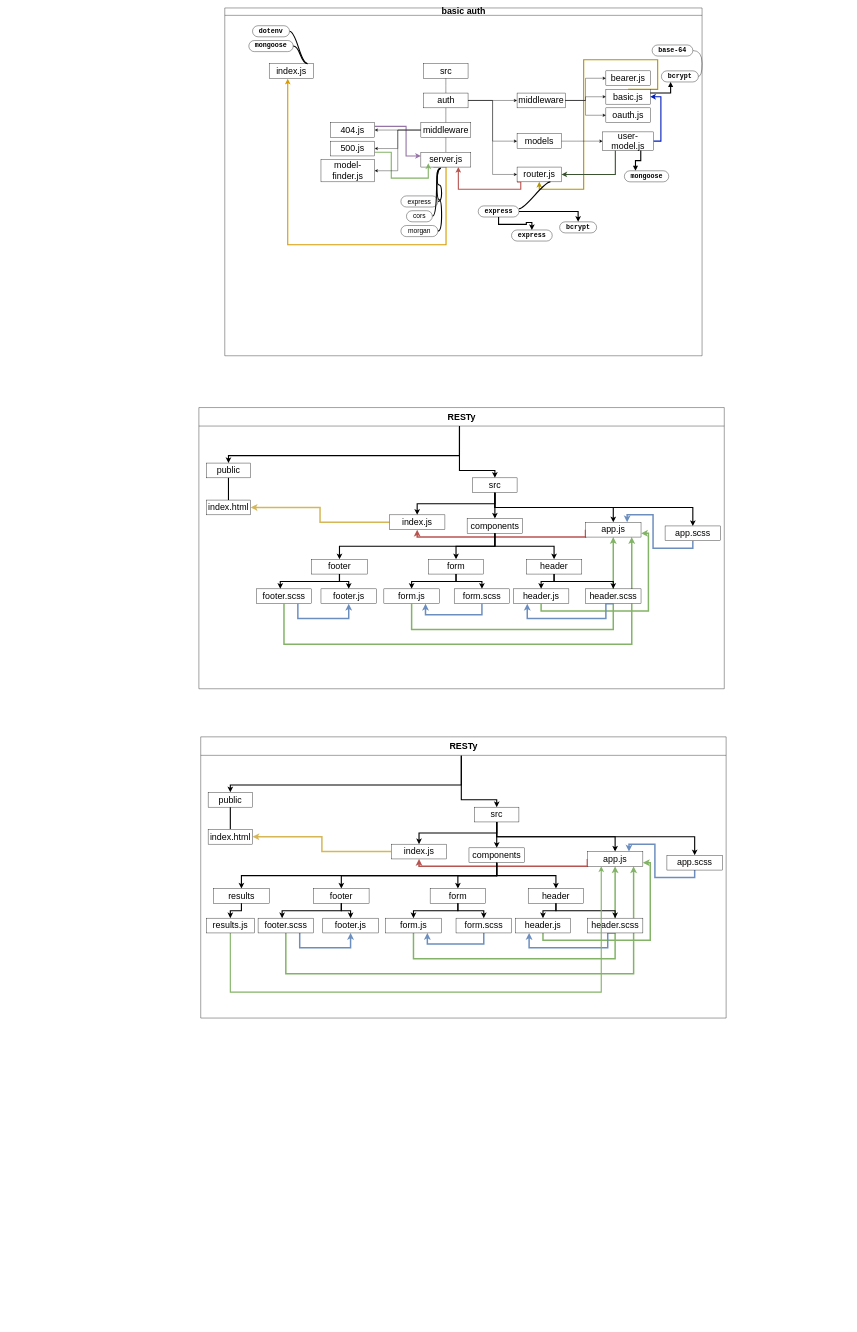
shadykh/uml keeps this draw.io diagram as page "Page-1" (1 of 12) of Untitled Diagram.drawio. Above is the earlier version. Source tidied: cells renumbered, new cells numbered last; positions are measured from the earlier drawing's top-left corner, leaving out a move shared by most shapes. Both pictures are drawn from the tidied source at 37%, with x=0, y=0 at pixel (199, 8).
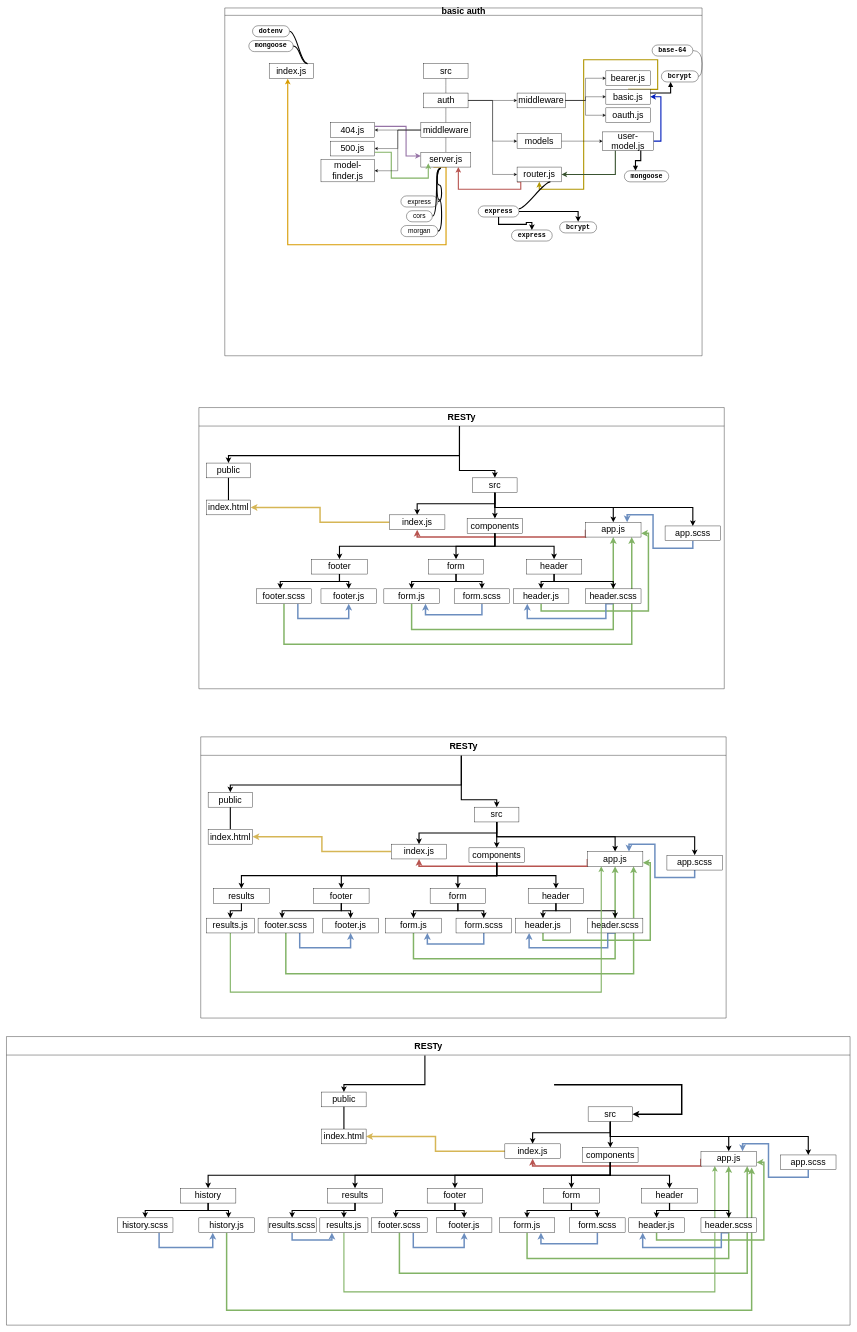
After the change.

Diff of the diagram source:
```diff
@@
+    <mxCell id="149" value="&lt;span style=&quot;font-size: 24px&quot;&gt;RESTy&lt;/span&gt;" style="swimlane;html=1;startSize=50;horizontal=1;containerType=tree;" parent="1" vertex="1">
+      <mxGeometry x="-520" y="2780" width="2280" height="780" as="geometry" />
+    </mxCell>
+    <mxCell id="150" style="edgeStyle=orthogonalEdgeStyle;rounded=0;jettySize=auto;html=1;exitX=0.913;exitY=1.1;exitDx=0;exitDy=0;entryX=0.5;entryY=1;entryDx=0;entryDy=0;startArrow=classic;startFill=1;endArrow=none;endFill=0;strokeWidth=4;exitPerimeter=0;fillColor=#d5e8d4;strokeColor=#82b366;" parent="149" edge="1" source="161" target="202">
+      <mxGeometry relative="1" as="geometry">
+        <Array as="points">
+          <mxPoint x="2014" y="740" />
+          <mxPoint x="595" y="740" />
+        </Array>
+      </mxGeometry>
+    </mxCell>
+    <mxCell id="151" style="edgeStyle=orthogonalEdgeStyle;rounded=0;jettySize=auto;html=1;exitX=0.5;exitY=1;exitDx=0;exitDy=0;entryX=0.25;entryY=1;entryDx=0;entryDy=0;startArrow=none;startFill=0;endArrow=classic;endFill=1;fillColor=#d5e8d4;strokeColor=#82b366;strokeWidth=3;" parent="149" edge="1" source="195" target="161">
+      <mxGeometry relative="1" as="geometry">
+        <Array as="points">
+          <mxPoint x="912" y="690" />
+          <mxPoint x="1915" y="690" />
+        </Array>
+      </mxGeometry>
+    </mxCell>
+    <mxCell id="152" style="edgeStyle=orthogonalEdgeStyle;rounded=0;jettySize=auto;html=1;exitX=0.5;exitY=1;exitDx=0;exitDy=0;startArrow=none;startFill=0;endArrow=classic;endFill=1;strokeWidth=4;fillColor=#d5e8d4;strokeColor=#82b366;entryX=0.833;entryY=1;entryDx=0;entryDy=0;entryPerimeter=0;" parent="149" edge="1" source="186" target="161">
+      <mxGeometry relative="1" as="geometry">
+        <Array as="points">
+          <mxPoint x="1062" y="640" />
+          <mxPoint x="2002" y="640" />
+        </Array>
+      </mxGeometry>
+    </mxCell>
+    <mxCell id="153" style="edgeStyle=orthogonalEdgeStyle;rounded=0;jettySize=auto;html=1;exitX=0.5;exitY=1;exitDx=0;exitDy=0;startArrow=none;startFill=0;endArrow=classic;endFill=1;strokeWidth=4;fillColor=#d5e8d4;strokeColor=#82b366;entryX=0.5;entryY=1;entryDx=0;entryDy=0;" parent="149" edge="1" source="181" target="161">
+      <mxGeometry relative="1" as="geometry">
+        <Array as="points">
+          <mxPoint x="1407" y="600" />
+          <mxPoint x="1952" y="600" />
+        </Array>
+      </mxGeometry>
+    </mxCell>
+    <mxCell id="154" style="edgeStyle=orthogonalEdgeStyle;rounded=0;jettySize=auto;html=1;exitX=0.5;exitY=0;exitDx=0;exitDy=0;entryX=0.496;entryY=0.066;entryDx=0;entryDy=0;entryPerimeter=0;startArrow=classic;startFill=1;endArrow=none;endFill=0;strokeWidth=3;" parent="149" edge="1" source="155" target="149">
+      <mxGeometry relative="1" as="geometry" />
+    </mxCell>
+    <mxCell id="155" value="&lt;font style=&quot;font-size: 24px&quot;&gt;public&lt;/font&gt;" style="whiteSpace=wrap;html=1;newEdgeStyle={&quot;edgeStyle&quot;:&quot;elbowEdgeStyle&quot;,&quot;startArrow&quot;:&quot;none&quot;,&quot;endArrow&quot;:&quot;none&quot;};" parent="149" vertex="1">
+      <mxGeometry x="852" y="150" width="120" height="40" as="geometry" />
+    </mxCell>
+    <mxCell id="156" value="&lt;span style=&quot;font-size: 24px&quot;&gt;src&lt;/span&gt;" style="whiteSpace=wrap;html=1;newEdgeStyle={&quot;edgeStyle&quot;:&quot;elbowEdgeStyle&quot;,&quot;startArrow&quot;:&quot;none&quot;,&quot;endArrow&quot;:&quot;none&quot;};" parent="149" vertex="1">
+      <mxGeometry x="1572" y="190" width="120" height="40" as="geometry" />
+    </mxCell>
+    <mxCell id="157" style="edgeStyle=elbowEdgeStyle;rounded=0;jettySize=auto;html=1;elbow=vertical;startArrow=none;endArrow=classic;strokeWidth=3;endFill=1;" parent="149" edge="1" source="156" target="158">
+      <mxGeometry relative="1" as="geometry" />
+    </mxCell>
+    <mxCell id="158" value="&lt;span style=&quot;font-size: 24px&quot;&gt;components&lt;/span&gt;" style="whiteSpace=wrap;html=1;newEdgeStyle={&quot;edgeStyle&quot;:&quot;elbowEdgeStyle&quot;,&quot;startArrow&quot;:&quot;none&quot;,&quot;endArrow&quot;:&quot;none&quot;};" parent="149" vertex="1">
+      <mxGeometry x="1557" y="300" width="150" height="40" as="geometry" />
+    </mxCell>
+    <mxCell id="159" style="edgeStyle=elbowEdgeStyle;rounded=0;jettySize=auto;html=1;elbow=vertical;startArrow=none;endArrow=classic;strokeWidth=3;endFill=1;" parent="149" edge="1" source="156" target="161">
+      <mxGeometry relative="1" as="geometry" />
+    </mxCell>
+    <mxCell id="160" style="edgeStyle=orthogonalEdgeStyle;rounded=0;jettySize=auto;html=1;exitX=0;exitY=0.5;exitDx=0;exitDy=0;entryX=0.5;entryY=1;entryDx=0;entryDy=0;startArrow=none;startFill=0;endArrow=classic;endFill=1;strokeWidth=4;fillColor=#f8cecc;strokeColor=#b85450;" parent="149" edge="1" source="161" target="164">
+      <mxGeometry relative="1" as="geometry">
+        <Array as="points">
+          <mxPoint x="1877" y="350" />
+          <mxPoint x="1422" y="350" />
+        </Array>
+      </mxGeometry>
+    </mxCell>
+    <mxCell id="161" value="&lt;span style=&quot;font-size: 24px&quot;&gt;app.js&lt;/span&gt;" style="whiteSpace=wrap;html=1;newEdgeStyle={&quot;edgeStyle&quot;:&quot;elbowEdgeStyle&quot;,&quot;startArrow&quot;:&quot;none&quot;,&quot;endArrow&quot;:&quot;none&quot;};" parent="149" vertex="1">
+      <mxGeometry x="1877" y="310" width="150" height="40" as="geometry" />
+    </mxCell>
+    <mxCell id="162" style="edgeStyle=elbowEdgeStyle;rounded=0;jettySize=auto;html=1;elbow=vertical;startArrow=none;endArrow=classic;strokeWidth=3;endFill=1;" parent="149" edge="1" source="156" target="164">
+      <mxGeometry relative="1" as="geometry" />
+    </mxCell>
+    <mxCell id="163" style="edgeStyle=orthogonalEdgeStyle;rounded=0;jettySize=auto;html=1;exitX=0;exitY=0.5;exitDx=0;exitDy=0;entryX=1;entryY=0.5;entryDx=0;entryDy=0;startArrow=none;startFill=0;endArrow=classic;endFill=1;strokeWidth=4;fillColor=#fff2cc;strokeColor=#d6b656;" parent="149" edge="1" source="164" target="188">
+      <mxGeometry relative="1" as="geometry" />
+    </mxCell>
+    <mxCell id="164" value="&lt;span style=&quot;font-size: 24px&quot;&gt;index.js&lt;/span&gt;" style="whiteSpace=wrap;html=1;newEdgeStyle={&quot;edgeStyle&quot;:&quot;elbowEdgeStyle&quot;,&quot;startArrow&quot;:&quot;none&quot;,&quot;endArrow&quot;:&quot;none&quot;};" parent="149" vertex="1">
+      <mxGeometry x="1347" y="290" width="150" height="40" as="geometry" />
+    </mxCell>
+    <mxCell id="165" style="edgeStyle=elbowEdgeStyle;rounded=0;jettySize=auto;html=1;elbow=vertical;startArrow=none;endArrow=classic;strokeWidth=3;endFill=1;" parent="149" edge="1" source="158" target="166">
+      <mxGeometry relative="1" as="geometry" />
+    </mxCell>
+    <mxCell id="166" value="&lt;span style=&quot;font-size: 24px&quot;&gt;form&lt;/span&gt;" style="whiteSpace=wrap;html=1;newEdgeStyle={&quot;edgeStyle&quot;:&quot;elbowEdgeStyle&quot;,&quot;startArrow&quot;:&quot;none&quot;,&quot;endArrow&quot;:&quot;none&quot;};" parent="149" vertex="1">
+      <mxGeometry x="1452" y="410" width="150" height="40" as="geometry" />
+    </mxCell>
+    <mxCell id="167" style="edgeStyle=elbowEdgeStyle;rounded=0;jettySize=auto;html=1;elbow=vertical;startArrow=none;endArrow=classic;strokeWidth=3;endFill=1;" parent="149" edge="1" source="158" target="168">
+      <mxGeometry relative="1" as="geometry" />
+    </mxCell>
+    <mxCell id="168" value="&lt;span style=&quot;font-size: 24px&quot;&gt;header&lt;/span&gt;" style="whiteSpace=wrap;html=1;newEdgeStyle={&quot;edgeStyle&quot;:&quot;elbowEdgeStyle&quot;,&quot;startArrow&quot;:&quot;none&quot;,&quot;endArrow&quot;:&quot;none&quot;};" parent="149" vertex="1">
+      <mxGeometry x="1717" y="410" width="150" height="40" as="geometry" />
+    </mxCell>
+    <mxCell id="169" style="edgeStyle=elbowEdgeStyle;rounded=0;jettySize=auto;html=1;elbow=vertical;startArrow=none;endArrow=classic;strokeWidth=3;endFill=1;" parent="149" edge="1" source="158" target="170">
+      <mxGeometry relative="1" as="geometry" />
+    </mxCell>
+    <mxCell id="170" value="&lt;span style=&quot;font-size: 24px&quot;&gt;footer&lt;/span&gt;" style="whiteSpace=wrap;html=1;newEdgeStyle={&quot;edgeStyle&quot;:&quot;elbowEdgeStyle&quot;,&quot;startArrow&quot;:&quot;none&quot;,&quot;endArrow&quot;:&quot;none&quot;};" parent="149" vertex="1">
+      <mxGeometry x="1137" y="410" width="150" height="40" as="geometry" />
+    </mxCell>
+    <mxCell id="171" style="edgeStyle=elbowEdgeStyle;rounded=0;jettySize=auto;html=1;elbow=vertical;startArrow=none;endArrow=classic;strokeWidth=3;endFill=1;" parent="149" edge="1" source="168" target="173">
+      <mxGeometry relative="1" as="geometry" />
+    </mxCell>
+    <mxCell id="172" style="edgeStyle=orthogonalEdgeStyle;rounded=0;jettySize=auto;html=1;exitX=0.5;exitY=1;exitDx=0;exitDy=0;startArrow=none;startFill=0;endArrow=classic;endFill=1;strokeWidth=4;fillColor=#d5e8d4;strokeColor=#82b366;entryX=1;entryY=0.75;entryDx=0;entryDy=0;" parent="149" edge="1" source="173" target="161">
+      <mxGeometry relative="1" as="geometry" />
+    </mxCell>
+    <mxCell id="173" value="&lt;span style=&quot;font-size: 24px&quot;&gt;header.js&lt;/span&gt;" style="whiteSpace=wrap;html=1;newEdgeStyle={&quot;edgeStyle&quot;:&quot;elbowEdgeStyle&quot;,&quot;startArrow&quot;:&quot;none&quot;,&quot;endArrow&quot;:&quot;none&quot;};" parent="149" vertex="1">
+      <mxGeometry x="1682" y="490" width="150" height="40" as="geometry" />
+    </mxCell>
+    <mxCell id="174" style="edgeStyle=elbowEdgeStyle;rounded=0;jettySize=auto;html=1;elbow=vertical;startArrow=none;endArrow=classic;strokeWidth=3;endFill=1;" parent="149" edge="1" source="168" target="176">
+      <mxGeometry relative="1" as="geometry" />
+    </mxCell>
+    <mxCell id="175" style="edgeStyle=orthogonalEdgeStyle;rounded=0;jettySize=auto;html=1;exitX=0.5;exitY=1;exitDx=0;exitDy=0;entryX=0.25;entryY=1;entryDx=0;entryDy=0;startArrow=none;startFill=0;endArrow=classic;endFill=1;strokeWidth=4;fillColor=#dae8fc;strokeColor=#6c8ebf;" parent="149" edge="1" source="176" target="173">
+      <mxGeometry relative="1" as="geometry">
+        <Array as="points">
+          <mxPoint x="1932" y="530" />
+          <mxPoint x="1932" y="570" />
+          <mxPoint x="1720" y="570" />
+        </Array>
+      </mxGeometry>
+    </mxCell>
+    <mxCell id="176" value="&lt;span style=&quot;font-size: 24px&quot;&gt;header.scss&lt;/span&gt;" style="whiteSpace=wrap;html=1;newEdgeStyle={&quot;edgeStyle&quot;:&quot;elbowEdgeStyle&quot;,&quot;startArrow&quot;:&quot;none&quot;,&quot;endArrow&quot;:&quot;none&quot;};" parent="149" vertex="1">
+      <mxGeometry x="1877" y="490" width="150" height="40" as="geometry" />
+    </mxCell>
+    <mxCell id="177" style="edgeStyle=elbowEdgeStyle;rounded=0;jettySize=auto;html=1;elbow=vertical;startArrow=none;endArrow=classic;strokeWidth=3;endFill=1;" parent="149" edge="1" source="166" target="179">
+      <mxGeometry relative="1" as="geometry" />
+    </mxCell>
+    <mxCell id="178" style="edgeStyle=orthogonalEdgeStyle;rounded=0;jettySize=auto;html=1;exitX=0.5;exitY=1;exitDx=0;exitDy=0;entryX=0.75;entryY=1;entryDx=0;entryDy=0;startArrow=none;startFill=0;endArrow=classic;endFill=1;strokeWidth=4;fillColor=#dae8fc;strokeColor=#6c8ebf;" parent="149" edge="1" source="179" target="181">
+      <mxGeometry relative="1" as="geometry">
+        <Array as="points">
+          <mxPoint x="1597" y="560" />
+          <mxPoint x="1445" y="560" />
+        </Array>
+      </mxGeometry>
+    </mxCell>
+    <mxCell id="179" value="&lt;span style=&quot;font-size: 24px&quot;&gt;form.scss&lt;/span&gt;" style="whiteSpace=wrap;html=1;newEdgeStyle={&quot;edgeStyle&quot;:&quot;elbowEdgeStyle&quot;,&quot;startArrow&quot;:&quot;none&quot;,&quot;endArrow&quot;:&quot;none&quot;};" parent="149" vertex="1">
+      <mxGeometry x="1522" y="490" width="150" height="40" as="geometry" />
+    </mxCell>
+    <mxCell id="180" style="edgeStyle=elbowEdgeStyle;rounded=0;jettySize=auto;html=1;elbow=vertical;startArrow=none;endArrow=classic;strokeWidth=3;endFill=1;" parent="149" edge="1" source="166" target="181">
+      <mxGeometry relative="1" as="geometry" />
+    </mxCell>
+    <mxCell id="181" value="&lt;span style=&quot;font-size: 24px&quot;&gt;form.js&lt;/span&gt;" style="whiteSpace=wrap;html=1;newEdgeStyle={&quot;edgeStyle&quot;:&quot;elbowEdgeStyle&quot;,&quot;startArrow&quot;:&quot;none&quot;,&quot;endArrow&quot;:&quot;none&quot;};" parent="149" vertex="1">
+      <mxGeometry x="1332" y="490" width="150" height="40" as="geometry" />
+    </mxCell>
+    <mxCell id="182" style="edgeStyle=elbowEdgeStyle;rounded=0;jettySize=auto;html=1;elbow=vertical;startArrow=none;endArrow=classic;strokeWidth=3;endFill=1;" parent="149" edge="1" source="170" target="184">
+      <mxGeometry relative="1" as="geometry" />
+    </mxCell>
+    <mxCell id="183" style="edgeStyle=orthogonalEdgeStyle;rounded=0;jettySize=auto;html=1;exitX=0.5;exitY=1;exitDx=0;exitDy=0;entryX=0.75;entryY=1;entryDx=0;entryDy=0;startArrow=classic;startFill=1;endArrow=none;endFill=0;strokeWidth=4;fillColor=#dae8fc;strokeColor=#6c8ebf;" parent="149" edge="1" source="184" target="186">
+      <mxGeometry relative="1" as="geometry">
+        <Array as="points">
+          <mxPoint x="1237" y="570" />
+          <mxPoint x="1100" y="570" />
+        </Array>
+      </mxGeometry>
+    </mxCell>
+    <mxCell id="184" value="&lt;span style=&quot;font-size: 24px&quot;&gt;footer.js&lt;/span&gt;" style="whiteSpace=wrap;html=1;newEdgeStyle={&quot;edgeStyle&quot;:&quot;elbowEdgeStyle&quot;,&quot;startArrow&quot;:&quot;none&quot;,&quot;endArrow&quot;:&quot;none&quot;};" parent="149" vertex="1">
+      <mxGeometry x="1162" y="490" width="150" height="40" as="geometry" />
+    </mxCell>
+    <mxCell id="185" style="edgeStyle=elbowEdgeStyle;rounded=0;jettySize=auto;html=1;elbow=vertical;startArrow=none;endArrow=classic;strokeWidth=3;endFill=1;" parent="149" edge="1" source="170">
+      <mxGeometry relative="1" as="geometry">
+        <mxPoint x="1052" y="490" as="targetPoint" />
+      </mxGeometry>
+    </mxCell>
+    <mxCell id="186" value="&lt;span style=&quot;font-size: 24px&quot;&gt;footer.scss&lt;/span&gt;" style="whiteSpace=wrap;html=1;newEdgeStyle={&quot;edgeStyle&quot;:&quot;elbowEdgeStyle&quot;,&quot;startArrow&quot;:&quot;none&quot;,&quot;endArrow&quot;:&quot;none&quot;};" parent="149" vertex="1">
+      <mxGeometry x="987" y="490" width="150" height="40" as="geometry" />
+    </mxCell>
+    <mxCell id="187" style="edgeStyle=elbowEdgeStyle;rounded=0;jettySize=auto;html=1;elbow=vertical;startArrow=none;endArrow=none;strokeWidth=3;" parent="149" edge="1" source="155" target="188">
+      <mxGeometry relative="1" as="geometry" />
+    </mxCell>
+    <mxCell id="188" value="&lt;font style=&quot;font-size: 24px&quot;&gt;index.html&lt;/font&gt;" style="whiteSpace=wrap;html=1;newEdgeStyle={&quot;edgeStyle&quot;:&quot;elbowEdgeStyle&quot;,&quot;startArrow&quot;:&quot;none&quot;,&quot;endArrow&quot;:&quot;none&quot;};" parent="149" vertex="1">
+      <mxGeometry x="852" y="250" width="120" height="40" as="geometry" />
+    </mxCell>
+    <mxCell id="189" style="edgeStyle=elbowEdgeStyle;rounded=0;jettySize=auto;html=1;elbow=vertical;startArrow=none;endArrow=classic;strokeWidth=3;endFill=1;" parent="149" edge="1" source="156" target="191">
+      <mxGeometry relative="1" as="geometry">
+        <Array as="points">
+          <mxPoint x="2082" y="270" />
+        </Array>
+      </mxGeometry>
+    </mxCell>
+    <mxCell id="190" style="edgeStyle=orthogonalEdgeStyle;rounded=0;jettySize=auto;html=1;exitX=0.5;exitY=1;exitDx=0;exitDy=0;entryX=0.75;entryY=0;entryDx=0;entryDy=0;startArrow=none;startFill=0;endArrow=classic;endFill=1;strokeWidth=4;fillColor=#dae8fc;strokeColor=#6c8ebf;" parent="149" edge="1" source="191" target="161">
+      <mxGeometry relative="1" as="geometry" />
+    </mxCell>
+    <mxCell id="191" value="&lt;span style=&quot;font-size: 24px&quot;&gt;app.scss&lt;/span&gt;" style="whiteSpace=wrap;html=1;newEdgeStyle={&quot;edgeStyle&quot;:&quot;elbowEdgeStyle&quot;,&quot;startArrow&quot;:&quot;none&quot;,&quot;endArrow&quot;:&quot;none&quot;};" parent="149" vertex="1">
+      <mxGeometry x="2092" y="320" width="150" height="40" as="geometry" />
+    </mxCell>
+    <mxCell id="192" style="edgeStyle=elbowEdgeStyle;rounded=0;jettySize=auto;html=1;elbow=vertical;startArrow=none;endArrow=classic;strokeWidth=3;endFill=1;" parent="149" edge="1" source="158" target="193">
+      <mxGeometry relative="1" as="geometry" />
+    </mxCell>
+    <mxCell id="193" value="&lt;span style=&quot;font-size: 24px&quot;&gt;results&lt;/span&gt;" style="whiteSpace=wrap;html=1;newEdgeStyle={&quot;edgeStyle&quot;:&quot;elbowEdgeStyle&quot;,&quot;startArrow&quot;:&quot;none&quot;,&quot;endArrow&quot;:&quot;none&quot;};" parent="149" vertex="1">
+      <mxGeometry x="867" y="410" width="150" height="40" as="geometry" />
+    </mxCell>
+    <mxCell id="194" style="edgeStyle=elbowEdgeStyle;rounded=0;jettySize=auto;html=1;elbow=vertical;startArrow=none;endArrow=classic;strokeWidth=3;endFill=1;" parent="149" edge="1" source="193" target="195">
+      <mxGeometry relative="1" as="geometry" />
+    </mxCell>
+    <mxCell id="195" value="&lt;span style=&quot;font-size: 24px&quot;&gt;results.js&lt;/span&gt;" style="whiteSpace=wrap;html=1;newEdgeStyle={&quot;edgeStyle&quot;:&quot;elbowEdgeStyle&quot;,&quot;startArrow&quot;:&quot;none&quot;,&quot;endArrow&quot;:&quot;none&quot;};" parent="149" vertex="1">
+      <mxGeometry x="847" y="490" width="130" height="40" as="geometry" />
+    </mxCell>
+    <mxCell id="196" style="edgeStyle=elbowEdgeStyle;rounded=0;jettySize=auto;html=1;elbow=vertical;startArrow=none;endArrow=classic;strokeWidth=3;endFill=1;" parent="149" edge="1" source="158" target="197">
+      <mxGeometry relative="1" as="geometry" />
+    </mxCell>
+    <mxCell id="197" value="&lt;span style=&quot;font-size: 24px&quot;&gt;history&lt;/span&gt;" style="whiteSpace=wrap;html=1;newEdgeStyle={&quot;edgeStyle&quot;:&quot;elbowEdgeStyle&quot;,&quot;startArrow&quot;:&quot;none&quot;,&quot;endArrow&quot;:&quot;none&quot;};" parent="149" vertex="1">
+      <mxGeometry x="470" y="410" width="150" height="40" as="geometry" />
+    </mxCell>
+    <mxCell id="198" style="edgeStyle=elbowEdgeStyle;rounded=0;jettySize=auto;html=1;elbow=vertical;startArrow=none;endArrow=classic;strokeWidth=3;endFill=1;" parent="149" edge="1" source="197" target="200">
+      <mxGeometry relative="1" as="geometry" />
+    </mxCell>
+    <mxCell id="199" style="edgeStyle=orthogonalEdgeStyle;rounded=0;jettySize=auto;html=1;startArrow=classic;startFill=1;endArrow=none;endFill=0;strokeWidth=4;exitX=0.25;exitY=1;exitDx=0;exitDy=0;fillColor=#dae8fc;strokeColor=#6c8ebf;entryX=0.75;entryY=1;entryDx=0;entryDy=0;" parent="149" edge="1" source="202" target="200">
+      <mxGeometry relative="1" as="geometry">
+        <Array as="points">
+          <mxPoint x="558" y="570" />
+          <mxPoint x="413" y="570" />
+        </Array>
+      </mxGeometry>
+    </mxCell>
+    <mxCell id="200" value="&lt;span style=&quot;font-size: 24px&quot;&gt;history.scss&lt;/span&gt;" style="whiteSpace=wrap;html=1;newEdgeStyle={&quot;edgeStyle&quot;:&quot;elbowEdgeStyle&quot;,&quot;startArrow&quot;:&quot;none&quot;,&quot;endArrow&quot;:&quot;none&quot;};" parent="149" vertex="1">
+      <mxGeometry x="300" y="490" width="150" height="40" as="geometry" />
+    </mxCell>
+    <mxCell id="201" style="edgeStyle=elbowEdgeStyle;rounded=0;jettySize=auto;html=1;elbow=vertical;startArrow=none;endArrow=classic;strokeWidth=3;endFill=1;" parent="149" edge="1" source="197">
+      <mxGeometry relative="1" as="geometry">
+        <mxPoint x="600" y="490" as="targetPoint" />
+      </mxGeometry>
+    </mxCell>
+    <mxCell id="202" value="&lt;span style=&quot;font-size: 24px&quot;&gt;history.js&lt;/span&gt;" style="whiteSpace=wrap;html=1;newEdgeStyle={&quot;edgeStyle&quot;:&quot;elbowEdgeStyle&quot;,&quot;startArrow&quot;:&quot;none&quot;,&quot;endArrow&quot;:&quot;none&quot;};" parent="149" vertex="1">
+      <mxGeometry x="520" y="490" width="150" height="40" as="geometry" />
+    </mxCell>
+    <mxCell id="203" style="edgeStyle=elbowEdgeStyle;rounded=0;jettySize=auto;html=1;elbow=vertical;startArrow=none;endArrow=classic;strokeWidth=3;endFill=1;" parent="149" edge="1" source="193" target="205">
+      <mxGeometry relative="1" as="geometry" />
+    </mxCell>
+    <mxCell id="204" style="edgeStyle=orthogonalEdgeStyle;rounded=0;jettySize=auto;html=1;exitX=0.25;exitY=1;exitDx=0;exitDy=0;entryX=0.5;entryY=1;entryDx=0;entryDy=0;startArrow=classic;startFill=1;endArrow=none;endFill=0;strokeWidth=4;fillColor=#dae8fc;strokeColor=#6c8ebf;" parent="149" edge="1" source="195" target="205">
+      <mxGeometry relative="1" as="geometry" />
+    </mxCell>
+    <mxCell id="205" value="&lt;span style=&quot;font-size: 24px&quot;&gt;results.scss&lt;/span&gt;" style="whiteSpace=wrap;html=1;newEdgeStyle={&quot;edgeStyle&quot;:&quot;elbowEdgeStyle&quot;,&quot;startArrow&quot;:&quot;none&quot;,&quot;endArrow&quot;:&quot;none&quot;};" parent="149" vertex="1">
+      <mxGeometry x="707" y="490" width="130" height="40" as="geometry" />
+    </mxCell>
+    <mxCell id="206" style="edgeStyle=orthogonalEdgeStyle;rounded=0;jettySize=auto;html=1;strokeWidth=4;startArrow=classic;startFill=1;endArrow=none;endFill=0;" parent="1" edge="1" source="156">
+      <mxGeometry relative="1" as="geometry">
+        <mxPoint x="960" y="2910" as="targetPoint" />
+        <Array as="points">
+          <mxPoint x="1305" y="2990" />
+        </Array>
+      </mxGeometry>
+    </mxCell>
```
